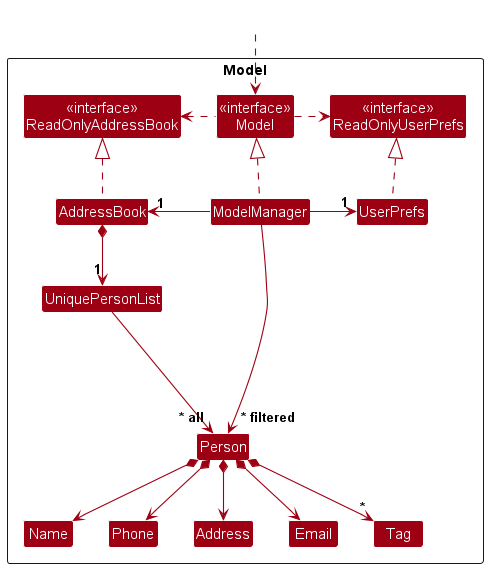
Earlier version of the PlantUML export docs/images/developer-guide/ModelClassDiagram.png (nus-cs2103-AY2324S1/tp).
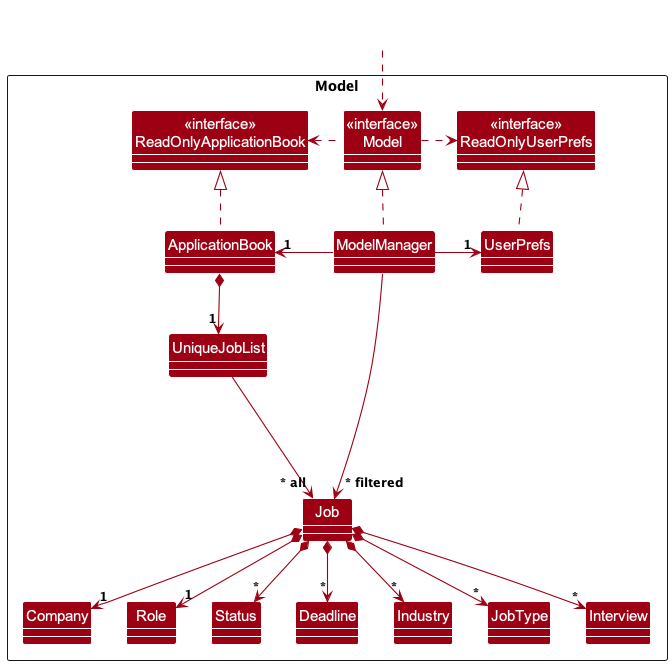
After the commit.

Diff of the diagram source:
```diff
@@ -5,20 +5,22 @@
 skinparam classBackgroundColor MODEL_COLOR
 
 Package Model as ModelPackage <<Rectangle>>{
-Class "<<interface>>\nReadOnlyAddressBook" as ReadOnlyAddressBook
+Class "<<interface>>\nReadOnlyApplicationBook" as ReadOnlyApplicationBook
 Class "<<interface>>\nReadOnlyUserPrefs" as ReadOnlyUserPrefs
 Class "<<interface>>\nModel" as Model
-Class AddressBook
+Class ApplicationBook
 Class ModelManager
 Class UserPrefs
 
-Class UniquePersonList
-Class Person
-Class Address
-Class Email
-Class Name
-Class Phone
-Class Tag
+Class UniqueJobList
+Class Job
+Class Company
+Class Deadline
+Class Industry
+Class Interview
+Class JobType
+Class Role
+Class Status
 
 Class I #FFFFFF
 }
@@ -26,29 +28,33 @@
 Class HiddenOutside #FFFFFF
 HiddenOutside ..> Model
 
-AddressBook .up.|> ReadOnlyAddressBook
+ApplicationBook .up.|> ReadOnlyApplicationBook
 
 ModelManager .up.|> Model
 Model .right.> ReadOnlyUserPrefs
-Model .left.> ReadOnlyAddressBook
-ModelManager -left-> "1" AddressBook
+Model .left.> ReadOnlyApplicationBook
+ModelManager -left-> "1" ApplicationBook
 ModelManager -right-> "1" UserPrefs
 UserPrefs .up.|> ReadOnlyUserPrefs
 
-AddressBook *--> "1" UniquePersonList
-UniquePersonList --> "~* all" Person
-Person *--> Name
-Person *--> Phone
-Person *--> Email
-Person *--> Address
-Person *--> "*" Tag
+ApplicationBook *--> "1" UniqueJobList
+UniqueJobList --> "~* all" Job
+Job *--> "1" Company
+Job *--> "1" Role
+Job *--> "*" Status
+Job *--> "*" Deadline
+Job *--> "*" Industry
+Job *--> "*" JobType
+Job *--> "*" Interview
 
-Person -[hidden]up--> I
-UniquePersonList -[hidden]right-> I
+Job -[hidden]up--> I
+UniqueJobList -[hidden]right-> I
 
-Name -[hidden]right-> Phone
-Phone -[hidden]right-> Address
-Address -[hidden]right-> Email
+Company -[hidden]right-> Role
+Role -[hidden]right-> Status
+Status -[hidden]right-> Deadline
+Deadline -[hidden]right-> Industry
+Industry -[hidden]right-> JobType
 
-ModelManager --> "~* filtered" Person
+ModelManager --> "~* filtered" Job
 @enduml
```
